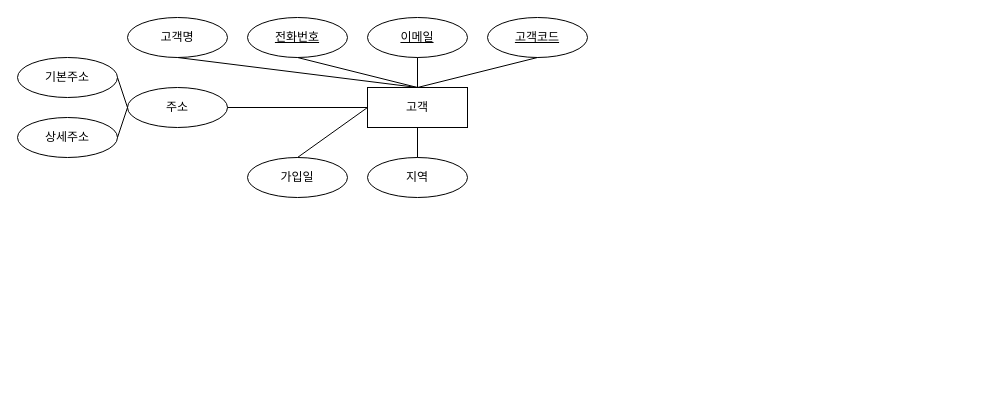
This is 제목 없는 다이어그램.drawio from SunghoCha/erd_practice, a draw.io file, before an edit. Source tidied: cells renumbered, new cells numbered last; positions are measured from the earlier drawing's top-left corner, leaving out a move shared by most shapes. Both pictures are drawn from the tidied source at 100%, with x=0, y=0 at pixel (17, 17).
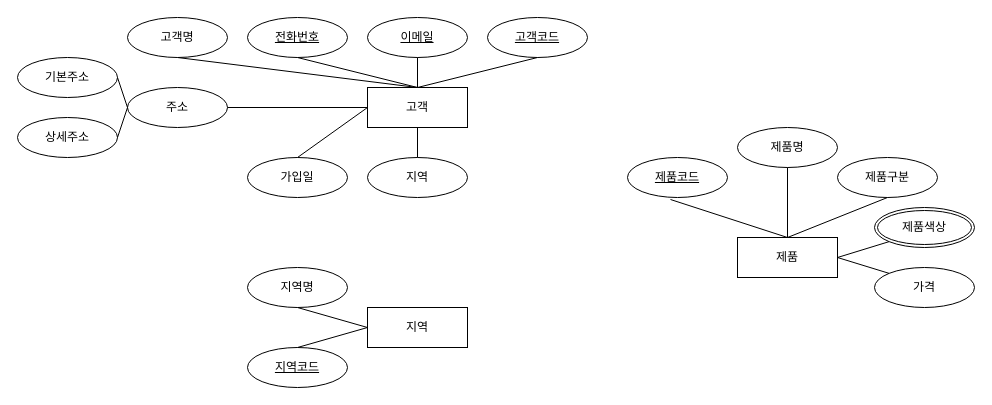
After the change.

Commit message:
제품,지역 Entity, Attr 추가

What changed in the source:
```diff
@@
+    <mxCell id="21" value="지역" style="whiteSpace=wrap;html=1;align=center;" parent="1" vertex="1">
+      <mxGeometry x="350" y="290" width="100" height="40" as="geometry" />
+    </mxCell>
+    <mxCell id="22" value="지역명" style="ellipse;whiteSpace=wrap;html=1;align=center;" parent="1" vertex="1">
+      <mxGeometry x="230" y="250" width="100" height="40" as="geometry" />
+    </mxCell>
+    <mxCell id="23" value="지역코드" style="ellipse;whiteSpace=wrap;html=1;align=center;fontStyle=4;" parent="1" vertex="1">
+      <mxGeometry x="230" y="330" width="100" height="40" as="geometry" />
+    </mxCell>
+    <mxCell id="24" style="endArrow=none;html=1;rounded=0;exitX=0.5;exitY=1;exitDx=0;exitDy=0;entryX=0;entryY=0.5;entryDx=0;entryDy=0;" parent="1" edge="1" source="22" target="21">
+      <mxGeometry relative="1" as="geometry" />
+    </mxCell>
+    <mxCell id="25" style="endArrow=none;html=1;rounded=0;exitX=0.5;exitY=0;exitDx=0;exitDy=0;entryX=0;entryY=0.5;entryDx=0;entryDy=0;" parent="1" edge="1" source="23" target="21">
+      <mxGeometry relative="1" as="geometry" />
+    </mxCell>
+    <mxCell id="26" value="제품" style="whiteSpace=wrap;html=1;align=center;" parent="1" vertex="1">
+      <mxGeometry x="720" y="220" width="100" height="40" as="geometry" />
+    </mxCell>
+    <mxCell id="27" value="가격" style="ellipse;whiteSpace=wrap;html=1;align=center;" parent="1" vertex="1">
+      <mxGeometry x="857" y="250" width="100" height="40" as="geometry" />
+    </mxCell>
+    <mxCell id="28" value="제품색상" style="ellipse;shape=doubleEllipse;margin=3;whiteSpace=wrap;html=1;align=center;" parent="1" vertex="1">
+      <mxGeometry x="857" y="190" width="100" height="40" as="geometry" />
+    </mxCell>
+    <mxCell id="29" value="제품명" style="ellipse;whiteSpace=wrap;html=1;align=center;" parent="1" vertex="1">
+      <mxGeometry x="720" y="110" width="100" height="40" as="geometry" />
+    </mxCell>
+    <mxCell id="30" value="제품구분" style="ellipse;whiteSpace=wrap;html=1;align=center;" parent="1" vertex="1">
+      <mxGeometry x="820" y="140" width="100" height="40" as="geometry" />
+    </mxCell>
+    <mxCell id="31" value="제품코드" style="ellipse;whiteSpace=wrap;html=1;align=center;fontStyle=4;" parent="1" vertex="1">
+      <mxGeometry x="610" y="140" width="100" height="40" as="geometry" />
+    </mxCell>
+    <mxCell id="32" style="endArrow=none;html=1;rounded=0;exitX=0.5;exitY=1;exitDx=0;exitDy=0;entryX=0.5;entryY=0;entryDx=0;entryDy=0;" parent="1" edge="1" source="29" target="26">
+      <mxGeometry relative="1" as="geometry" />
+    </mxCell>
+    <mxCell id="33" style="endArrow=none;html=1;rounded=0;exitX=0.5;exitY=1;exitDx=0;exitDy=0;entryX=0.5;entryY=0;entryDx=0;entryDy=0;" parent="1" edge="1" source="30" target="26">
+      <mxGeometry relative="1" as="geometry" />
+    </mxCell>
+    <mxCell id="34" style="endArrow=none;html=1;rounded=0;exitX=0;exitY=1;exitDx=0;exitDy=0;" parent="1" edge="1" source="28">
+      <mxGeometry relative="1" as="geometry">
+        <mxPoint x="820" y="240" as="targetPoint" />
+      </mxGeometry>
+    </mxCell>
+    <mxCell id="35" style="endArrow=none;html=1;rounded=0;exitX=0;exitY=0;exitDx=0;exitDy=0;entryX=1;entryY=0.5;entryDx=0;entryDy=0;" parent="1" edge="1" source="27" target="26">
+      <mxGeometry relative="1" as="geometry" />
+    </mxCell>
+    <mxCell id="36" style="endArrow=none;html=1;rounded=0;exitX=0.43;exitY=1.05;exitDx=0;exitDy=0;entryX=0.5;entryY=0;entryDx=0;entryDy=0;exitPerimeter=0;" parent="1" edge="1" source="31" target="26">
+      <mxGeometry relative="1" as="geometry" />
+    </mxCell>
```
